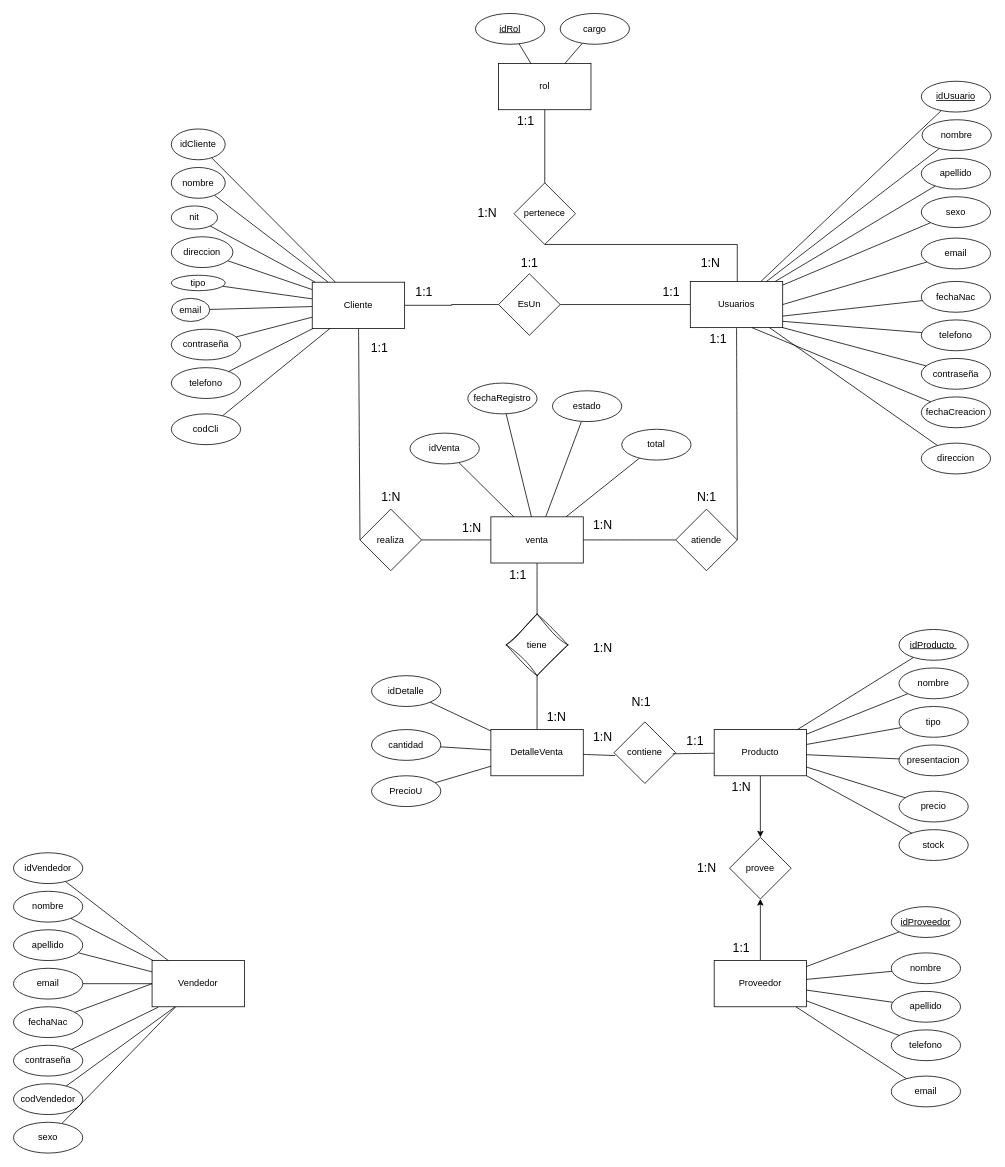
EliasLopez09/Estructura-de-Datos- keeps this draw.io diagram as CBN VENTAS (1).drawio. Above is the earlier version. Source tidied: cells renumbered, new cells numbered last; positions are measured from the earlier drawing's top-left corner, leaving out a move shared by most shapes. Both pictures are drawn from the tidied source at 77%, with x=0, y=0 at pixel (13, 13).
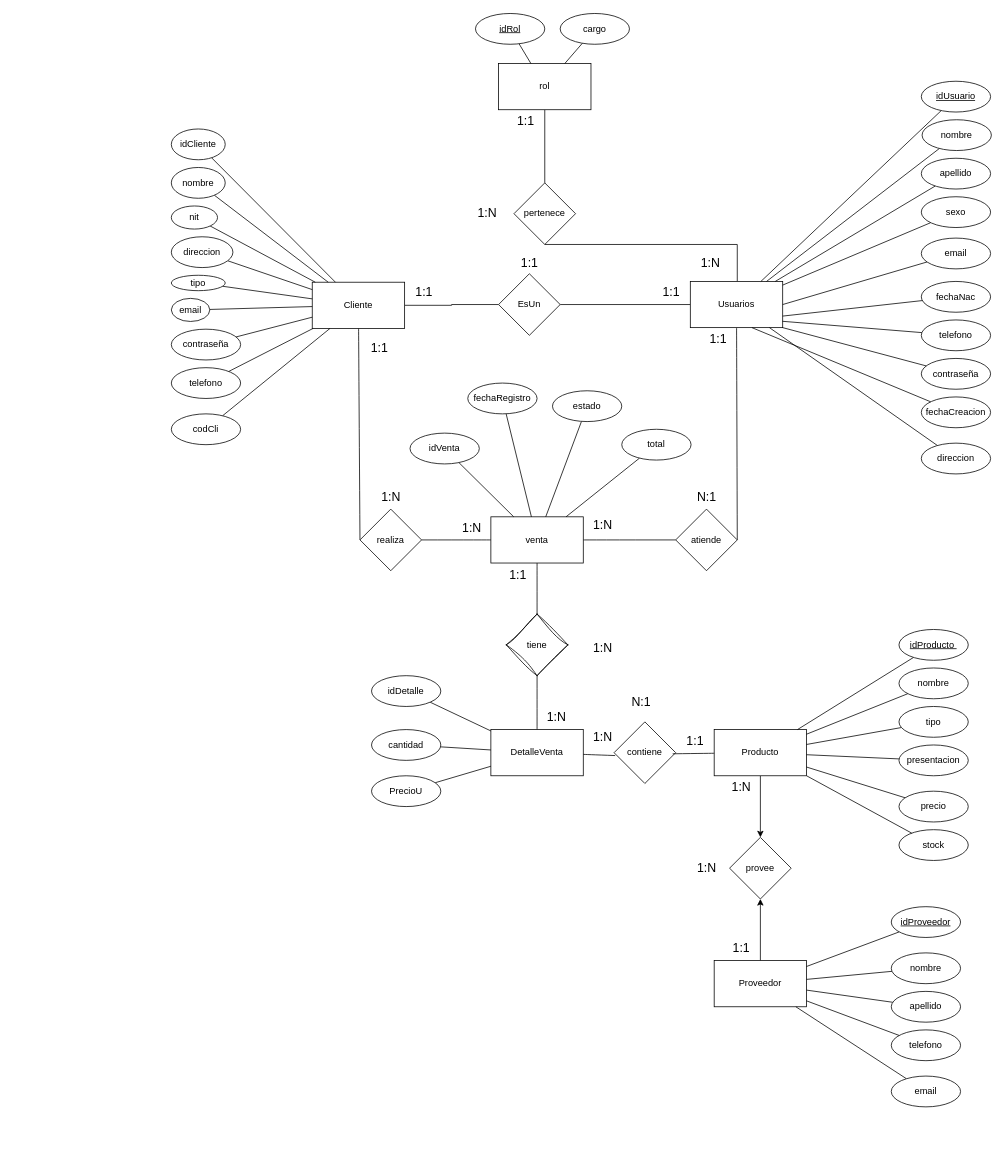
The same page after the edit.

The edit, as a diff of the source:
```diff
@@
-    <mxCell id="9" value="&lt;font face=&quot;Helvetica&quot;&gt;Vendedor&lt;/font&gt;" style="rounded=0;whiteSpace=wrap;html=1;hachureGap=4;fontFamily=Architects Daughter;" parent="1" vertex="1">
-      <mxGeometry x="180" y="1230" width="120" height="60" as="geometry" />
-    </mxCell>
@@
-    <mxCell id="26" style="rounded=0;hachureGap=4;jettySize=auto;html=1;fontFamily=Architects Daughter;endArrow=none;startFill=0;" parent="1" edge="1" source="27" target="9">
-      <mxGeometry relative="1" as="geometry" />
-    </mxCell>
-    <mxCell id="27" value="&lt;font face=&quot;Helvetica&quot;&gt;idVendedor&lt;/font&gt;" style="ellipse;whiteSpace=wrap;html=1;hachureGap=4;fontFamily=Architects Daughter;" parent="1" vertex="1">
-      <mxGeometry y="1090" width="90" height="40" as="geometry" />
-    </mxCell>
-    <mxCell id="28" style="rounded=0;hachureGap=4;jettySize=auto;html=1;fontFamily=Architects Daughter;endArrow=none;startFill=0;" parent="1" edge="1" source="29" target="9">
-      <mxGeometry relative="1" as="geometry" />
-    </mxCell>
-    <mxCell id="29" value="&lt;font face=&quot;Helvetica&quot;&gt;nombre&lt;/font&gt;" style="ellipse;whiteSpace=wrap;html=1;hachureGap=4;fontFamily=Architects Daughter;" parent="1" vertex="1">
-      <mxGeometry y="1140" width="90" height="40" as="geometry" />
-    </mxCell>
-    <mxCell id="30" style="rounded=0;hachureGap=4;jettySize=auto;html=1;fontFamily=Architects Daughter;endArrow=none;startFill=0;" parent="1" edge="1" source="31" target="9">
-      <mxGeometry relative="1" as="geometry" />
-    </mxCell>
-    <mxCell id="31" value="&lt;font face=&quot;Helvetica&quot;&gt;apellido&lt;/font&gt;" style="ellipse;whiteSpace=wrap;html=1;hachureGap=4;fontFamily=Architects Daughter;" parent="1" vertex="1">
-      <mxGeometry y="1190" width="90" height="40" as="geometry" />
-    </mxCell>
-    <mxCell id="32" style="rounded=0;hachureGap=4;jettySize=auto;html=1;fontFamily=Architects Daughter;endArrow=none;startFill=0;" parent="1" edge="1" source="33" target="9">
-      <mxGeometry relative="1" as="geometry" />
-    </mxCell>
-    <mxCell id="33" value="&lt;font face=&quot;Helvetica&quot;&gt;email&lt;/font&gt;" style="ellipse;whiteSpace=wrap;html=1;hachureGap=4;fontFamily=Architects Daughter;" parent="1" vertex="1">
-      <mxGeometry y="1240" width="90" height="40" as="geometry" />
-    </mxCell>
-    <mxCell id="34" style="rounded=0;hachureGap=4;jettySize=auto;html=1;entryX=0;entryY=0.5;entryDx=0;entryDy=0;fontFamily=Architects Daughter;endArrow=none;startFill=0;" parent="1" edge="1" source="35" target="9">
-      <mxGeometry relative="1" as="geometry" />
-    </mxCell>
-    <mxCell id="35" value="&lt;font face=&quot;Helvetica&quot;&gt;fechaNac&lt;/font&gt;" style="ellipse;whiteSpace=wrap;html=1;hachureGap=4;fontFamily=Architects Daughter;" parent="1" vertex="1">
-      <mxGeometry y="1290" width="90" height="40" as="geometry" />
-    </mxCell>
-    <mxCell id="36" value="&lt;font face=&quot;Helvetica&quot;&gt;contraseña&lt;/font&gt;" style="ellipse;whiteSpace=wrap;html=1;hachureGap=4;fontFamily=Architects Daughter;" parent="1" vertex="1">
-      <mxGeometry y="1340" width="90" height="40" as="geometry" />
-    </mxCell>
-    <mxCell id="37" style="rounded=0;hachureGap=4;jettySize=auto;html=1;entryX=0.25;entryY=1;entryDx=0;entryDy=0;fontFamily=Architects Daughter;endArrow=none;startFill=0;" parent="1" edge="1" source="38" target="9">
-      <mxGeometry relative="1" as="geometry" />
-    </mxCell>
-    <mxCell id="38" value="&lt;font face=&quot;Helvetica&quot;&gt;codVendedor&lt;/font&gt;" style="ellipse;whiteSpace=wrap;html=1;hachureGap=4;fontFamily=Architects Daughter;" parent="1" vertex="1">
-      <mxGeometry y="1390" width="90" height="40" as="geometry" />
-    </mxCell>
-    <mxCell id="39" style="rounded=0;hachureGap=4;jettySize=auto;html=1;entryX=0.068;entryY=1.008;entryDx=0;entryDy=0;entryPerimeter=0;fontFamily=Architects Daughter;endArrow=none;startFill=0;" parent="1" edge="1" source="36" target="9">
-      <mxGeometry relative="1" as="geometry" />
-    </mxCell>
-    <mxCell id="40" style="rounded=0;hachureGap=4;jettySize=auto;html=1;fontFamily=Architects Daughter;endArrow=none;startFill=0;" parent="1" edge="1" source="41" target="9">
-      <mxGeometry relative="1" as="geometry" />
-    </mxCell>
-    <mxCell id="41" value="&lt;font face=&quot;Helvetica&quot;&gt;sexo&lt;/font&gt;" style="ellipse;whiteSpace=wrap;html=1;hachureGap=4;fontFamily=Architects Daughter;" parent="1" vertex="1">
-      <mxGeometry y="1440" width="90" height="40" as="geometry" />
-    </mxCell>
```
